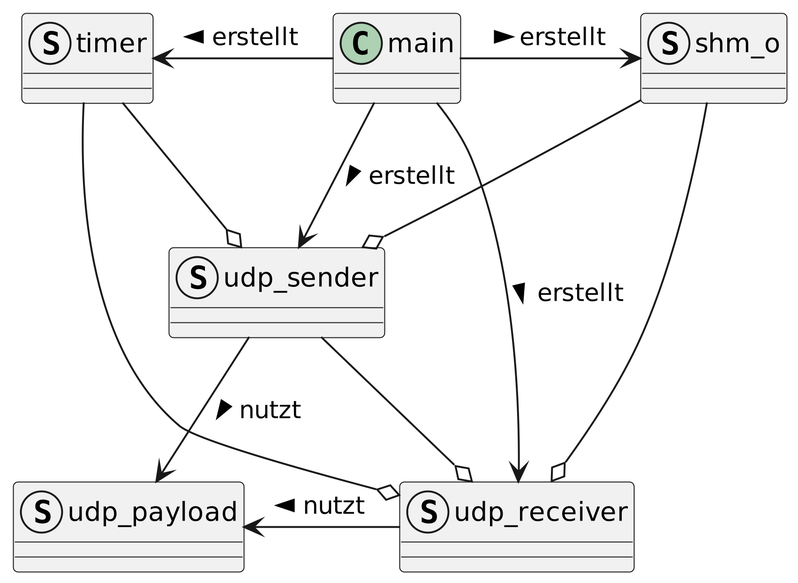
Above: docs/classdiagram_klein.png in niklasdie/Bachelorarbeit_RM (PlantUML), before the change. Source of this version:
```plantuml
@startuml

class main{

}

together {
struct shm_o{

}

struct udp_sender {

}

struct udp_receiver{

}

struct udp_payload {

}

struct timer{

}

udp_sender o-up- shm_o
udp_sender o-up- timer
udp_receiver o-up- shm_o
udp_receiver o-up- udp_sender
udp_receiver o-up- timer

main -right-> shm_o: erstellt >
main -down-> udp_sender: erstellt >
main -down-> udp_receiver: erstellt >
main -left-> timer: erstellt >
udp_sender -down-> udp_payload: nutzt >
udp_receiver -left-> udp_payload: nutzt >


@enduml
```
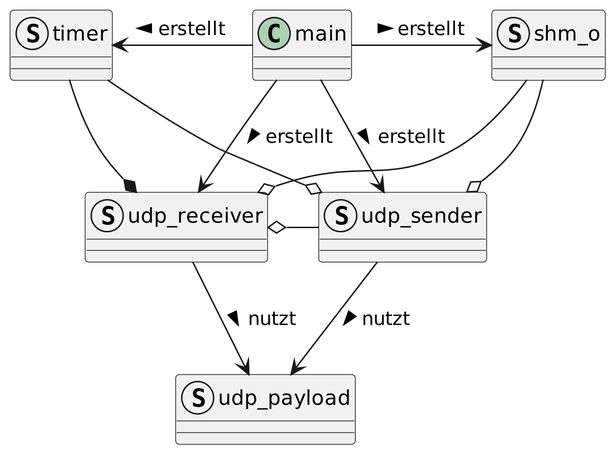
After the commit.

Commit message:
Diagramme bearbeitet

What changed in the source:
```diff
@@ -1,42 +1,31 @@
 @startuml
 
-class main{
-
-}
+class main{}
 
 together {
-struct shm_o{
+struct shm_o{}
 
-}
+struct timer{}
 
-struct udp_sender {
+struct udp_sender {}
 
-}
+struct udp_receiver{}
 
-struct udp_receiver{
-
-}
-
-struct udp_payload {
-
-}
-
-struct timer{
-
+struct udp_payload {}
 }
 
 udp_sender o-up- shm_o
-udp_sender o-up- timer
-udp_receiver o-up- shm_o
-udp_receiver o-up- udp_sender
-udp_receiver o-up- timer
+udp_sender o-- timer
+udp_receiver o-- shm_o
+udp_receiver o-right- udp_sender
+udp_receiver *-- timer
 
 main -right-> shm_o: erstellt >
-main -down-> udp_sender: erstellt >
-main -down-> udp_receiver: erstellt >
+main --> udp_sender: erstellt >
+main --> udp_receiver: erstellt >
 main -left-> timer: erstellt >
-udp_sender -down-> udp_payload: nutzt >
-udp_receiver -left-> udp_payload: nutzt >
+udp_sender --> udp_payload: nutzt >
+udp_receiver --> udp_payload: nutzt >
 
 
 @enduml
```
